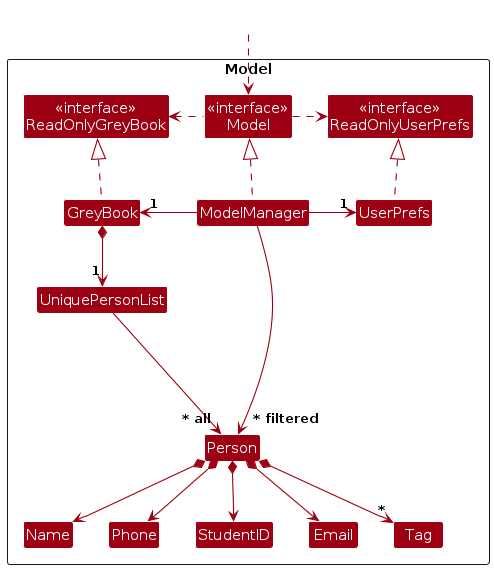
The PlantUML diagram diagrams/ModelClassDiagram.png in TheMythologist/tp, before a commit. Its source is kept beside it as diagrams/ModelClassDiagram.puml. Source of this version:
```plantuml
@startuml
!include style.puml
skinparam arrowThickness 1.1
skinparam arrowColor MODEL_COLOR
skinparam classBackgroundColor MODEL_COLOR

Package Model as ModelPackage <<Rectangle>>{
Class "<<interface>>\nReadOnlyGreyBook" as ReadOnlyGreyBook
Class "<<interface>>\nReadOnlyUserPrefs" as ReadOnlyUserPrefs
Class "<<interface>>\nModel" as Model
Class GreyBook
Class ModelManager
Class UserPrefs

Class UniquePersonList
Class Person
Class StudentID
Class Email
Class Name
Class Phone
Class Tag

Class I #FFFFFF
}

Class HiddenOutside #FFFFFF
HiddenOutside ..> Model

GreyBook .up.|> ReadOnlyGreyBook

ModelManager .up.|> Model
Model .right.> ReadOnlyUserPrefs
Model .left.> ReadOnlyGreyBook
ModelManager -left-> "1" GreyBook
ModelManager -right-> "1" UserPrefs
UserPrefs .up.|> ReadOnlyUserPrefs

GreyBook *--> "1" UniquePersonList
UniquePersonList --> "~* all" Person
Person *--> Name
Person *--> Phone
Person *--> Email
Person *--> StudentID
Person *--> "*" Tag

Person -[hidden]up--> I
UniquePersonList -[hidden]right-> I

Name -[hidden]right-> Phone
Phone -[hidden]right-> StudentID
StudentID -[hidden]right-> Email

ModelManager --> "~* filtered" Person
@enduml
```
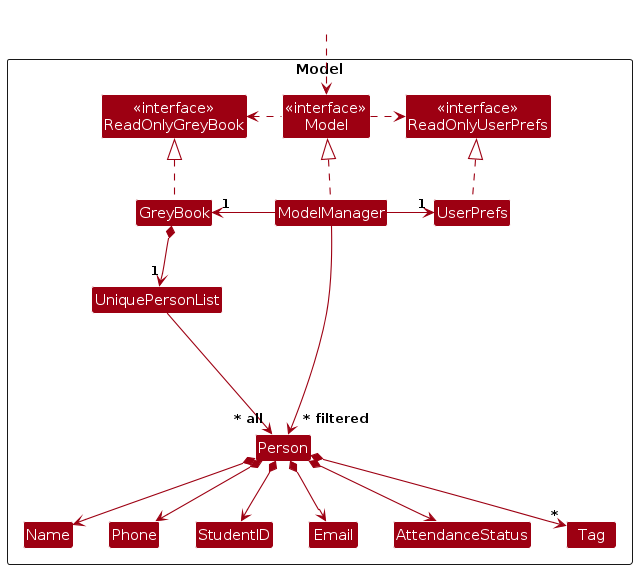
Later version of the same file.

Diff of the diagram source:
```diff
@@ -15,6 +15,7 @@
 Class UniquePersonList
 Class Person
 Class StudentID
+Class AttendanceStatus
 Class Email
 Class Name
 Class Phone
@@ -41,6 +42,7 @@
 Person *--> Phone
 Person *--> Email
 Person *--> StudentID
+Person *--> AttendanceStatus
 Person *--> "*" Tag
 
 Person -[hidden]up--> I
@@ -49,6 +51,7 @@
 Name -[hidden]right-> Phone
 Phone -[hidden]right-> StudentID
 StudentID -[hidden]right-> Email
+Email -[hidden]right-> AttendanceStatus
 
 ModelManager --> "~* filtered" Person
 @enduml
```
